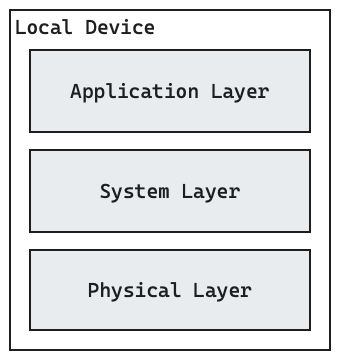
This is docs/images/Deployment-Single-Machine.excalidraw.png from FullStaQD/architecture, a Excalidraw export, as it was before one commit. Source tidied: one line per element, renumbered; positions are measured from the earlier drawing's top-left corner, leaving out a move shared by most shapes.
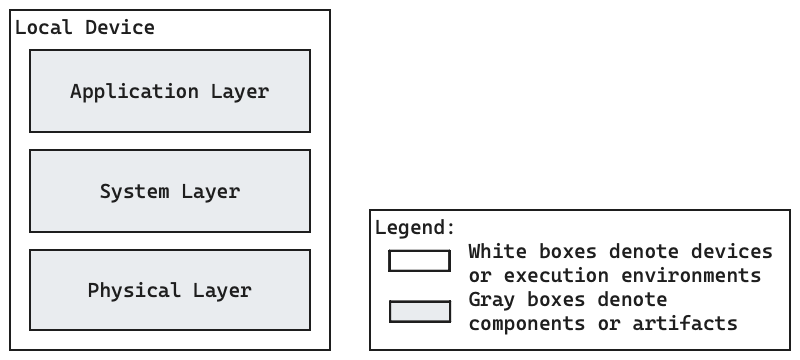
The same diagram one commit later.

Commit message:
docs(deployment): add legend to single machine deployment

Change to the diagram source:
```diff
@@ -6,3 +6,7 @@
 {"id": 5, "type": "text", "text": "System Layer", "strokeColor": "#1e1e1e", "backgroundColor": "#ffffff", "fillStyle": "solid", "strokeWidth": 1, "roughness": 0, "fontSize": 20, "fontFamily": 3, "textAlign": "center", "verticalAlign": "middle", "inside": 4, "x": 90, "y": 169, "width": 141, "height": 24}
 {"id": 6, "type": "rectangle", "strokeColor": "#1e1e1e", "backgroundColor": "#e9ecef", "fillStyle": "solid", "strokeWidth": 1, "roughness": 0, "x": 20, "y": 240, "width": 280, "height": 80}
 {"id": 7, "type": "text", "text": "Physical Layer", "strokeColor": "#1e1e1e", "backgroundColor": "#ffffff", "fillStyle": "solid", "strokeWidth": 1, "roughness": 0, "fontSize": 20, "fontFamily": 3, "textAlign": "center", "verticalAlign": "middle", "inside": 6, "x": 78, "y": 268, "width": 164, "height": 24}
+{"id": 8, "type": "rectangle", "strokeColor": "#1e1e1e", "backgroundColor": "#ffffff", "fillStyle": "solid", "strokeWidth": 2, "roughness": 0, "x": 360, "y": 200, "width": 420, "height": 140}
+{"id": 9, "type": "text", "text": "Legend:\n        White boxes denote devices\n        or execution environments\n        Gray boxes denote \n        components or artifacts", "strokeColor": "#1e1e1e", "backgroundColor": "#ffffff", "fillStyle": "solid", "strokeWidth": 2, "roughness": 0, "fontSize": 20, "fontFamily": 3, "inside": 8, "x": 365, "y": 205, "width": 398, "height": 120}
+{"id": 10, "type": "rectangle", "strokeColor": "#1e1e1e", "backgroundColor": "#ffffff", "fillStyle": "solid", "strokeWidth": 2, "roughness": 0, "x": 380, "y": 241, "width": 60, "height": 20}
+{"id": 11, "type": "rectangle", "strokeColor": "#1e1e1e", "backgroundColor": "#e9ecef", "fillStyle": "solid", "strokeWidth": 2, "roughness": 0, "x": 380, "y": 292, "width": 60, "height": 20}
```
